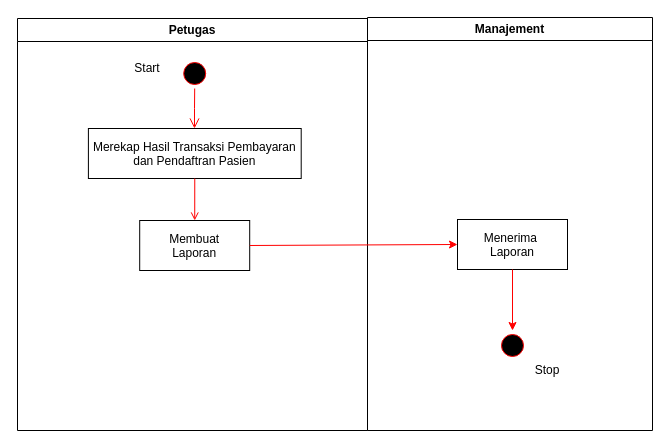
Earlier version of the draw.io diagram Proses Pembuatan Laporan.drawio (ratihpn99/rpn). Source tidied: cells renumbered, new cells numbered last; positions are measured from the earlier drawing's top-left corner, leaving out a move shared by most shapes. Both pictures are drawn from the tidied source at 100%, with x=0, y=0 at pixel (17, 17).
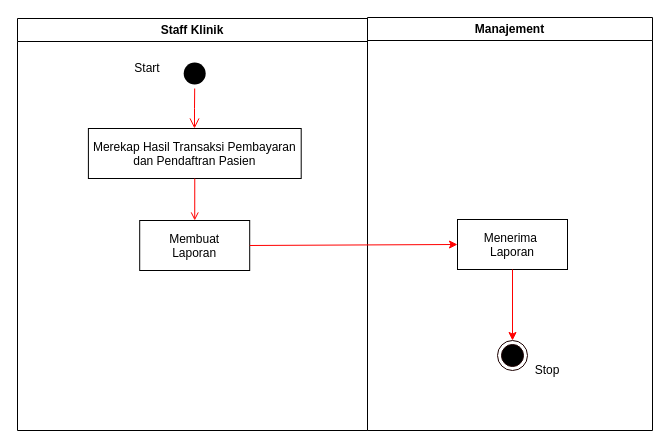
The same page after the edit.

The edit, as a diff of the source:
```diff
@@
 <mxGraphModel>
   <root>
     <mxCell id="0" />
     <mxCell id="1" parent="0" />
-    <mxCell id="2" value="Petugas" style="swimlane;whiteSpace=wrap;" parent="1" vertex="1">
+    <mxCell id="2" value="Staff Klinik" style="swimlane;whiteSpace=wrap;" parent="1" vertex="1">
       <mxGeometry y="1" width="350" height="412" as="geometry" />
     </mxCell>
-    <mxCell id="3" style="ellipse;shape=startState;fillColor=#000000;strokeColor=#ff0000;" parent="2" vertex="1">
+    <mxCell id="3" style="ellipse;shape=startState;fillColor=#000000;strokeColor=none;" parent="2" vertex="1">
       <mxGeometry x="162.2" y="40" width="30" height="30" as="geometry" />
     </mxCell>
     <mxCell id="4" style="edgeStyle=elbowEdgeStyle;elbow=horizontal;verticalAlign=bottom;endArrow=open;endSize=8;strokeColor=#FF0000;endFill=1;rounded=0;" parent="2" edge="1" source="3" target="5">
       <mxGeometry x="100" y="40" as="geometry" />
     </mxCell>
     <mxCell id="5" value="Merekap Hasil Transaksi Pembayaran &#10;dan Pendaftran Pasien" parent="2" vertex="1">
       <mxGeometry x="70.9" y="110" width="212.8" height="50" as="geometry" />
     </mxCell>
     <mxCell id="6" value="Membuat&#10;Laporan" parent="2" vertex="1">
       <mxGeometry x="122.2" y="202" width="110" height="50" as="geometry" />
     </mxCell>
     <mxCell id="7" style="endArrow=open;strokeColor=#FF0000;endFill=1;rounded=0;" parent="2" edge="1" source="5" target="6">
       <mxGeometry relative="1" as="geometry" />
     </mxCell>
     <mxCell id="8" value="Start" style="text;html=1;strokeColor=none;fillColor=none;align=center;verticalAlign=middle;whiteSpace=wrap;rounded=0;" parent="2" vertex="1">
       <mxGeometry x="110" y="40" width="40" height="20" as="geometry" />
     </mxCell>
     <mxCell id="9" value="Manajement" style="swimlane;whiteSpace=wrap;" parent="1" vertex="1">
       <mxGeometry x="350" width="285" height="413" as="geometry" />
     </mxCell>
     <mxCell id="10" value="Menerima &#10;Laporan" parent="9" vertex="1">
       <mxGeometry x="90" y="202" width="110" height="50" as="geometry" />
     </mxCell>
-    <mxCell id="11" style="ellipse;shape=startState;fillColor=#000000;strokeColor=#ff0000;" parent="9" vertex="1">
-      <mxGeometry x="130" y="313" width="30" height="30" as="geometry" />
+    <mxCell id="11" style="ellipse;shape=startState;fillColor=#000000;strokeColor=#1C0000;" parent="9" vertex="1">
+      <mxGeometry x="130" y="323" width="30" height="30" as="geometry" />
     </mxCell>
+    <mxCell id="13" value="Stop" style="text;html=1;strokeColor=none;fillColor=none;align=center;verticalAlign=middle;whiteSpace=wrap;rounded=0;" parent="9" vertex="1">
+      <mxGeometry x="160" y="343" width="40" height="20" as="geometry" />
+    </mxCell>
+    <mxCell id="15" style="ellipse;whiteSpace=wrap;html=1;strokeColor=#1C0000;fillColor=none;" parent="9" vertex="1">
+      <mxGeometry x="130" y="323" width="30" height="30" as="geometry" />
+    </mxCell>
-    <mxCell id="12" style="endArrow=classic;html=1;strokeColor=#FF0000;entryX=0.5;entryY=0;entryDx=0;entryDy=0;exitX=0.5;exitY=1;exitDx=0;exitDy=0;" parent="9" edge="1" source="10" target="11">
+    <mxCell id="12" style="endArrow=classic;html=1;strokeColor=#FF0000;exitX=0.5;exitY=1;exitDx=0;exitDy=0;" parent="9" edge="1" source="10" target="15">
       <mxGeometry relative="1" as="geometry" />
     </mxCell>
-    <mxCell id="13" value="Stop" style="text;html=1;strokeColor=none;fillColor=none;align=center;verticalAlign=middle;whiteSpace=wrap;rounded=0;" parent="9" vertex="1">
-      <mxGeometry x="160" y="343" width="40" height="20" as="geometry" />
-    </mxCell>
     <mxCell id="14" style="endArrow=classic;html=1;entryX=0;entryY=0.5;entryDx=0;entryDy=0;exitX=1;exitY=0.5;exitDx=0;exitDy=0;strokeColor=#FF0000;" parent="1" edge="1" source="6" target="10">
       <mxGeometry relative="1" as="geometry" />
     </mxCell>
   </root>
 </mxGraphModel>
```
